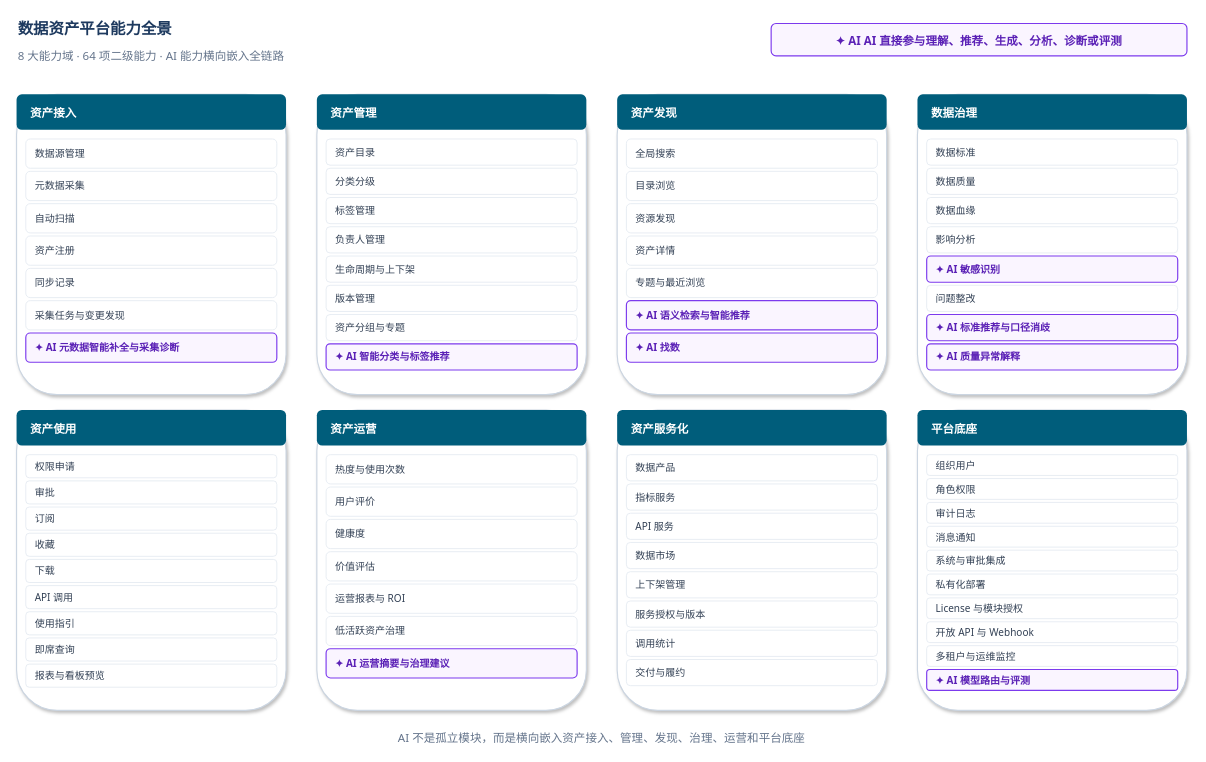
Earlier version of the draw.io diagram docs/product/2026-07-24-数据资产平台能力全景.drawio (jiangcece20-jpg/data-asset-platform). Source tidied: cells renumbered, new cells numbered last; positions are measured from the earlier drawing's top-left corner, leaving out a move shared by most shapes. Both pictures are drawn from the tidied source at 77%, with x=0, y=0 at pixel (16, 13).
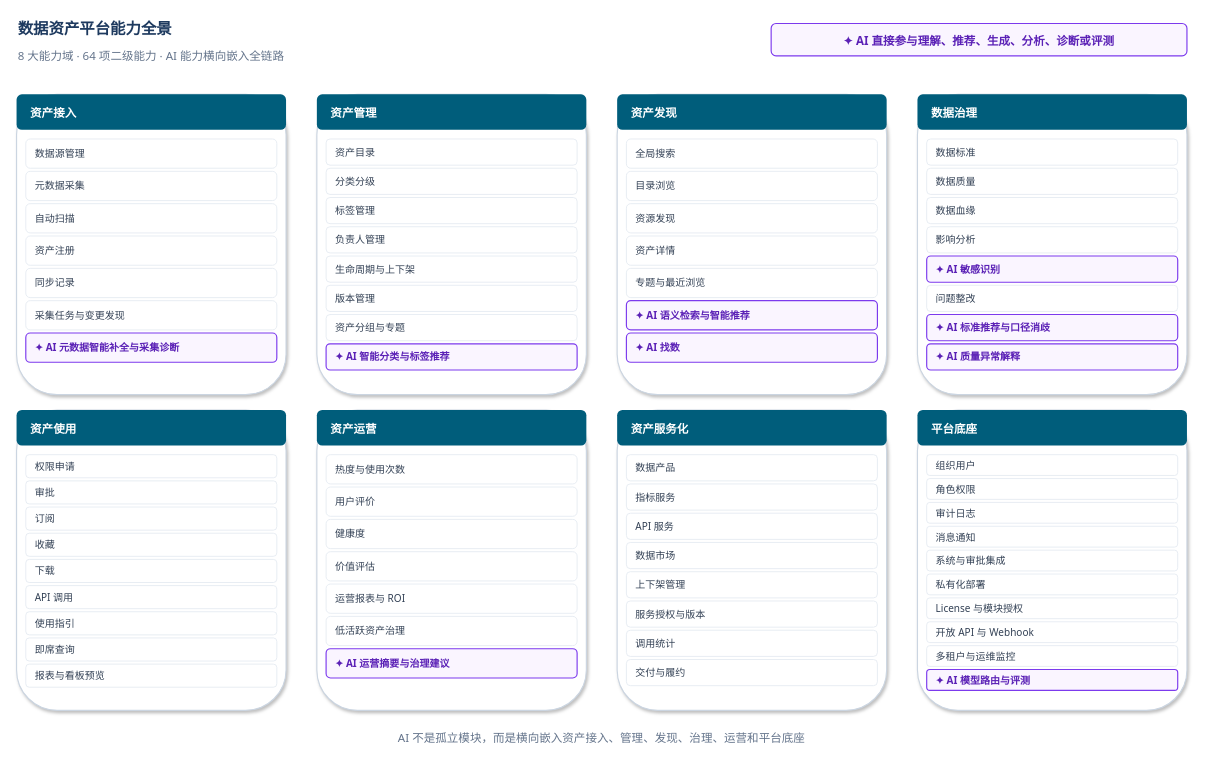
Above is the later version.

What changed in the source:
```diff
@@
-    <mxCell id="4" value="✦ AI  AI 直接参与理解、推荐、生成、分析、诊断或评测" style="rounded=1;html=0;whiteSpace=wrap;align=center;verticalAlign=middle;fillColor=#FAF5FF;strokeColor=#7C3AED;strokeWidth=1.5;fontFamily=system-ui, -apple-system, PingFang SC, Microsoft YaHei, sans-serif;fontSize=15;fontStyle=1;fontColor=#5B21B6;" parent="1" vertex="1">
+    <mxCell id="4" value="✦ AI  直接参与理解、推荐、生成、分析、诊断或评测" style="rounded=1;html=0;whiteSpace=wrap;align=center;verticalAlign=middle;fillColor=#FAF5FF;strokeColor=#7C3AED;strokeWidth=1.5;fontFamily=system-ui, -apple-system, PingFang SC, Microsoft YaHei, sans-serif;fontSize=15;fontStyle=1;fontColor=#5B21B6;" parent="1" vertex="1">
       <mxGeometry x="980" y="13" width="540" height="42" as="geometry" />
     </mxCell>
```
